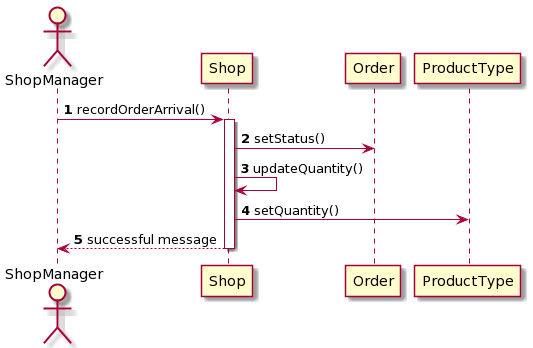
Earlier version of the PlantUML export Deliverables/Diagrams/Design/3-3-RecordOrderArrival.png (giuliadascenzi/ezshop_SEproject). Source of this version:
```plantuml
@startuml
autonumber
actor ShopManager
ShopManager -> Shop ++ : recordOrderArrival()
Shop -> Order: setStatus()
Shop -> Shop: updateQuantity()
Shop -> ProductType: setQuantity()
Shop --> ShopManager -- : successful message
@enduml
```
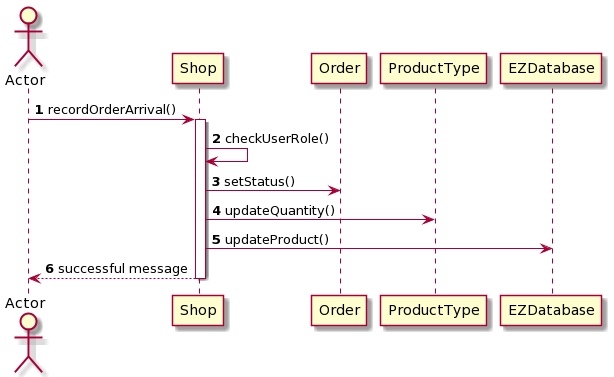
The same file after the commit.

Diff of the diagram source:
```diff
@@ -1,9 +1,10 @@
 @startuml
 autonumber
-actor ShopManager
-ShopManager -> Shop ++ : recordOrderArrival()
+actor Actor
+Actor -> Shop ++ : recordOrderArrival()
+Shop-> Shop: checkUserRole()
 Shop -> Order: setStatus()
-Shop -> Shop: updateQuantity()
-Shop -> ProductType: setQuantity()
-Shop --> ShopManager -- : successful message
+Shop -> ProductType: updateQuantity()
+Shop -> EZDatabase: updateProduct()
+Shop --> Actor -- : successful message
 @enduml
```
